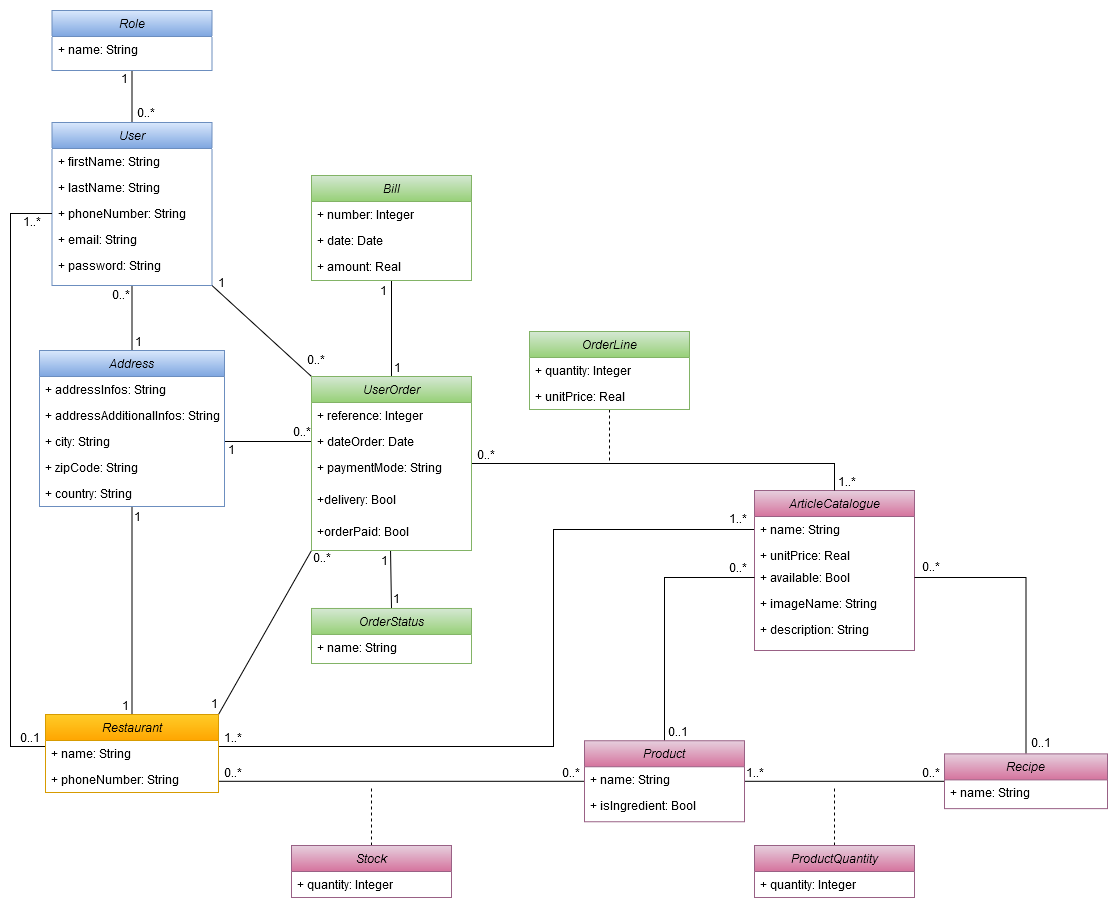
Earlier version of the draw.io export diagram/class-diagram.png (AngoGG/Solution-Technique-OC-Pizza). Source tidied: cells renumbered, new cells last; positions are measured from the earlier drawing's top-left corner, leaving out a move shared by most shapes.
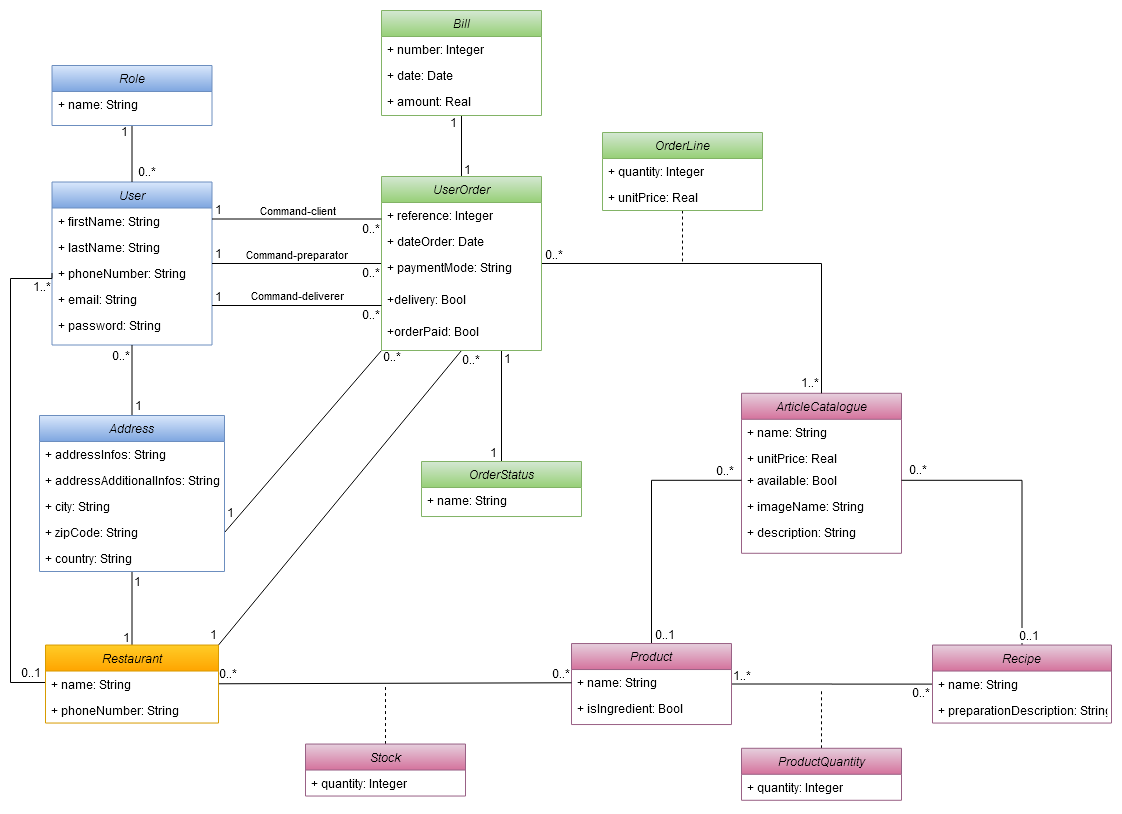
After the commit.

The edit, as a diff of the source:
```diff
@@ -4,12 +4,4 @@
     <mxCell id="1" parent="0" />
-    <mxCell id="2" style="edgeStyle=orthogonalEdgeStyle;rounded=0;jettySize=auto;html=1;endArrow=none;endFill=0;" parent="1" edge="1" source="4" target="76">
-      <mxGeometry relative="1" as="geometry">
-        <Array as="points">
-          <mxPoint x="543" y="519" />
-          <mxPoint x="543" y="736" />
-        </Array>
-      </mxGeometry>
-    </mxCell>
     <mxCell id="3" value="ArticleCatalogue" style="swimlane;fontStyle=2;align=center;verticalAlign=top;horizontal=1;startSize=26;rounded=0;shadow=0;strokeWidth=1;fillColor=#e6d0de;strokeColor=#996185;gradientColor=#d5739d;" parent="1" vertex="1">
-      <mxGeometry x="744" y="480" width="160" height="160" as="geometry" />
+      <mxGeometry x="731" y="317.8" width="160" height="160" as="geometry" />
     </mxCell>
@@ -31,3 +23,3 @@
     <mxCell id="9" value="User" style="swimlane;fontStyle=2;align=center;verticalAlign=top;horizontal=1;startSize=26;rounded=0;shadow=0;strokeWidth=1;fillColor=#dae8fc;strokeColor=#6c8ebf;gradientColor=#7ea6e0;" parent="1" vertex="1">
-      <mxGeometry x="41.5" y="112" width="160" height="163" as="geometry" />
+      <mxGeometry x="41.5" y="106.5" width="160" height="163" as="geometry" />
     </mxCell>
@@ -48,13 +40,8 @@
     </mxCell>
-    <mxCell id="15" style="edgeStyle=none;rounded=0;jettySize=auto;html=1;entryX=0.5;entryY=0;entryDx=0;entryDy=0;endArrow=none;endFill=0;verticalAlign=bottom;exitX=0.494;exitY=1.01;exitDx=0;exitDy=0;exitPerimeter=0;" parent="1" edge="1" source="52" target="29">
+    <mxCell id="15" style="edgeStyle=none;rounded=0;jettySize=auto;html=1;entryX=0.5;entryY=0;entryDx=0;entryDy=0;endArrow=none;endFill=0;verticalAlign=bottom;exitX=0.75;exitY=1;exitDx=0;exitDy=0;" parent="1" edge="1" source="47" target="29">
       <mxGeometry relative="1" as="geometry" />
     </mxCell>
-    <mxCell id="16" value="1" style="text;html=1;align=right;verticalAlign=middle;labelBackgroundColor=#ffffff;" parent="15" vertex="1">
-      <mxGeometry x="-0.61" y="-1" relative="1" as="geometry">
-        <mxPoint x="-1" y="-2" as="offset" />
-      </mxGeometry>
-    </mxCell>
     <mxCell id="17" value="1..*" style="text;html=1;align=center;verticalAlign=middle;labelBackgroundColor=#ffffff;" parent="15" vertex="1">
       <mxGeometry x="0.7" y="1" relative="1" as="geometry">
-        <mxPoint x="454.1" y="-119.3" as="offset" />
+        <mxPoint x="306" y="-62.3" as="offset" />
       </mxGeometry>
@@ -63,3 +50,3 @@
       <mxGeometry relative="1" as="geometry">
-        <mxPoint x="599" y="451" as="targetPoint" />
+        <mxPoint x="672" y="187" as="targetPoint" />
       </mxGeometry>
@@ -74,6 +61,6 @@
       <mxGeometry x="0.71" relative="1" as="geometry">
-        <mxPoint x="1" y="4" as="offset" />
+        <mxPoint x="1" y="1.5" as="offset" />
       </mxGeometry>
     </mxCell>
-    <mxCell id="22" style="edgeStyle=none;rounded=0;jettySize=auto;html=1;exitX=1;exitY=0;exitDx=0;exitDy=0;entryX=0;entryY=1;entryDx=0;entryDy=0;endArrow=none;endFill=0;" parent="1" edge="1" source="75" target="47">
+    <mxCell id="22" style="edgeStyle=none;rounded=0;jettySize=auto;html=1;exitX=1;exitY=0;exitDx=0;exitDy=0;endArrow=none;endFill=0;entryX=0.5;entryY=1;entryDx=0;entryDy=0;" parent="1" edge="1" source="75" target="47">
       <mxGeometry relative="1" as="geometry" />
@@ -82,3 +69,3 @@
       <mxGeometry x="-0.72" y="-3" relative="1" as="geometry">
-        <mxPoint x="-19.4" y="18.7" as="offset" />
+        <mxPoint x="-41.6" y="37.4" as="offset" />
       </mxGeometry>
@@ -87,3 +74,3 @@
       <mxGeometry x="0.69" y="-2" relative="1" as="geometry">
-        <mxPoint x="22.8" y="-33" as="offset" />
+        <mxPoint x="44.1" y="-50.9" as="offset" />
       </mxGeometry>
@@ -91,3 +78,3 @@
     <mxCell id="25" value="Bill" style="swimlane;fontStyle=2;align=center;verticalAlign=top;horizontal=1;startSize=26;rounded=0;shadow=0;strokeWidth=1;fillColor=#d5e8d4;strokeColor=#82b366;gradientColor=#97d077;" parent="1" vertex="1">
-      <mxGeometry x="301" y="165" width="160" height="105" as="geometry" />
+      <mxGeometry x="371" y="-65" width="160" height="105" as="geometry" />
     </mxCell>
@@ -103,3 +90,3 @@
     <mxCell id="29" value="OrderStatus" style="swimlane;fontStyle=2;align=center;verticalAlign=top;horizontal=1;startSize=26;rounded=0;shadow=0;strokeWidth=1;fillColor=#d5e8d4;strokeColor=#82b366;gradientColor=#97d077;" parent="1" vertex="1">
-      <mxGeometry x="301" y="598" width="160" height="55" as="geometry" />
+      <mxGeometry x="411" y="386" width="160" height="55" as="geometry" />
     </mxCell>
@@ -108,3 +95,3 @@
     </mxCell>
-    <mxCell id="31" style="edgeStyle=none;rounded=0;jettySize=auto;html=1;entryX=0.5;entryY=0;entryDx=0;entryDy=0;endArrow=none;endFill=0;exitX=0.5;exitY=1;exitDx=0;exitDy=0;" parent="1" edge="1" source="53" target="75">
+    <mxCell id="31" style="edgeStyle=none;rounded=0;jettySize=auto;html=1;entryX=0.5;entryY=0;entryDx=0;entryDy=0;endArrow=none;endFill=0;" parent="1" edge="1" source="53" target="75">
       <mxGeometry relative="1" as="geometry" />
@@ -113,3 +100,3 @@
       <mxGeometry x="0.69" y="3" relative="1" as="geometry">
-        <mxPoint x="-6" y="22" as="offset" />
+        <mxPoint x="-4.5" y="3.7" as="offset" />
       </mxGeometry>
@@ -118,6 +105,6 @@
       <mxGeometry x="-0.85" relative="1" as="geometry">
-        <mxPoint y="-6.2" as="offset" />
+        <mxPoint y="3.3" as="offset" />
       </mxGeometry>
     </mxCell>
-    <mxCell id="34" style="edgeStyle=orthogonalEdgeStyle;rounded=0;jettySize=auto;html=1;entryX=0;entryY=0.5;entryDx=0;entryDy=0;endArrow=none;endFill=0;" parent="1" edge="1" source="56" target="49">
+    <mxCell id="34" style="rounded=0;jettySize=auto;html=1;endArrow=none;endFill=0;entryX=0;entryY=1;entryDx=0;entryDy=0;exitX=1;exitY=0.5;exitDx=0;exitDy=0;" parent="1" edge="1" source="57" target="47">
       <mxGeometry relative="1" as="geometry" />
@@ -126,3 +113,3 @@
       <mxGeometry x="-0.7" y="-2" relative="1" as="geometry">
-        <mxPoint x="-6.1" y="-7" as="offset" />
+        <mxPoint x="-19.8" y="-7.3" as="offset" />
       </mxGeometry>
@@ -131,10 +118,11 @@
       <mxGeometry x="0.65" y="-2" relative="1" as="geometry">
-        <mxPoint x="4.3" y="-3" as="offset" />
+        <mxPoint x="35.9" y="-18.1" as="offset" />
       </mxGeometry>
     </mxCell>
-    <mxCell id="37" style="edgeStyle=orthogonalEdgeStyle;rounded=0;jettySize=auto;html=1;endArrow=none;endFill=0;exitX=0;exitY=0.5;exitDx=0;exitDy=0;" parent="1" edge="1" source="12" target="75">
+    <mxCell id="37" style="edgeStyle=orthogonalEdgeStyle;rounded=0;jettySize=auto;html=1;endArrow=none;endFill=0;exitX=0;exitY=0.5;exitDx=0;exitDy=0;" parent="1" edge="1" source="12" target="76">
       <mxGeometry relative="1" as="geometry">
         <Array as="points">
+          <mxPoint x="42" y="203" />
           <mxPoint y="203" />
-          <mxPoint y="736" />
+          <mxPoint y="607" />
         </Array>
@@ -144,3 +132,3 @@
       <mxGeometry x="0.94" relative="1" as="geometry">
-        <mxPoint x="3.4" as="offset" />
+        <mxPoint x="-0.2" y="-1" as="offset" />
       </mxGeometry>
@@ -165,3 +153,3 @@
     </mxCell>
-    <mxCell id="43" style="edgeStyle=none;rounded=0;jettySize=auto;html=1;entryX=0;entryY=0;entryDx=0;entryDy=0;endArrow=none;endFill=0;exitX=1;exitY=1;exitDx=0;exitDy=0;" parent="1" edge="1" source="9" target="47">
+    <mxCell id="43" style="edgeStyle=none;rounded=0;jettySize=auto;html=1;endArrow=none;endFill=0;" parent="1" edge="1" source="9" target="47">
       <mxGeometry relative="1" as="geometry" />
@@ -170,3 +158,3 @@
       <mxGeometry x="-0.81" y="-1" relative="1" as="geometry">
-        <mxPoint x="0.3" y="-4" as="offset" />
+        <mxPoint x="-10.5" y="-2" as="offset" />
       </mxGeometry>
@@ -175,5 +163,10 @@
       <mxGeometry x="0.69" y="-2" relative="1" as="geometry">
-        <mxPoint x="20.1" y="4.1" as="offset" />
+        <mxPoint x="14.6" y="16" as="offset" />
       </mxGeometry>
     </mxCell>
+    <mxCell id="98" value="Command-preparator" style="edgeLabel;html=1;align=center;verticalAlign=bottom;" parent="43" vertex="1">
+      <mxGeometry x="-0.16" y="-2" relative="1" as="geometry">
+        <mxPoint x="12.8" y="-2" as="offset" />
+      </mxGeometry>
+    </mxCell>
     <mxCell id="46" style="edgeStyle=orthogonalEdgeStyle;rounded=0;jettySize=auto;html=1;endArrow=none;endFill=0;entryX=0.5;entryY=0;entryDx=0;entryDy=0;" parent="1" edge="1" source="47" target="3">
@@ -182,3 +175,3 @@
     <mxCell id="47" value="UserOrder" style="swimlane;fontStyle=2;align=center;verticalAlign=top;horizontal=1;startSize=26;rounded=0;shadow=0;strokeWidth=1;fillColor=#d5e8d4;strokeColor=#82b366;gradientColor=#97d077;" parent="1" vertex="1">
-      <mxGeometry x="301" y="366" width="160" height="174" as="geometry" />
+      <mxGeometry x="371" y="101" width="160" height="174" as="geometry" />
     </mxCell>
@@ -231,3 +224,3 @@
       <mxGeometry relative="1" as="geometry">
-        <mxPoint x="824" y="775" as="targetPoint" />
+        <mxPoint x="811" y="612.8" as="targetPoint" />
       </mxGeometry>
@@ -235,3 +228,3 @@
     <mxCell id="64" value="ProductQuantity" style="swimlane;fontStyle=2;align=center;verticalAlign=top;horizontal=1;startSize=26;rounded=0;shadow=0;strokeWidth=1;fillColor=#e6d0de;strokeColor=#996185;gradientColor=#d5739d;" parent="1" vertex="1">
-      <mxGeometry x="744" y="835" width="160" height="52" as="geometry" />
+      <mxGeometry x="731" y="672.8" width="160" height="52" as="geometry" />
     </mxCell>
@@ -240,13 +233,5 @@
     </mxCell>
-    <mxCell id="66" style="edgeStyle=orthogonalEdgeStyle;rounded=0;jettySize=auto;html=1;endArrow=none;endFill=0;" parent="1" edge="1" source="70" target="75">
-      <mxGeometry relative="1" as="geometry">
-        <Array as="points">
-          <mxPoint x="296" y="771" />
-          <mxPoint x="296" y="771" />
-        </Array>
-      </mxGeometry>
-    </mxCell>
     <mxCell id="67" style="edgeStyle=orthogonalEdgeStyle;rounded=0;jettySize=auto;html=1;endArrow=none;endFill=0;dashed=1;" parent="1" edge="1" source="68">
       <mxGeometry relative="1" as="geometry">
-        <mxPoint x="361" y="775" as="targetPoint" />
+        <mxPoint x="375" y="608.5" as="targetPoint" />
       </mxGeometry>
@@ -254,3 +239,3 @@
     <mxCell id="68" value="Stock" style="swimlane;fontStyle=2;align=center;verticalAlign=top;horizontal=1;startSize=26;rounded=0;shadow=0;strokeWidth=1;fillColor=#e6d0de;strokeColor=#996185;gradientColor=#d5739d;" parent="1" vertex="1">
-      <mxGeometry x="281" y="835" width="160" height="52" as="geometry" />
+      <mxGeometry x="295" y="668.5" width="160" height="52" as="geometry" />
     </mxCell>
@@ -260,3 +245,3 @@
     <mxCell id="70" value="Product" style="swimlane;fontStyle=2;align=center;verticalAlign=top;horizontal=1;startSize=26;rounded=0;shadow=0;strokeWidth=1;fillColor=#e6d0de;strokeColor=#996185;gradientColor=#d5739d;" parent="1" vertex="1">
-      <mxGeometry x="574" y="730.2" width="160" height="81" as="geometry" />
+      <mxGeometry x="561" y="568" width="160" height="81" as="geometry" />
     </mxCell>
@@ -269,9 +254,15 @@
     <mxCell id="73" value="Recipe" style="swimlane;fontStyle=2;align=center;verticalAlign=top;horizontal=1;startSize=26;rounded=0;shadow=0;strokeWidth=1;fillColor=#e6d0de;strokeColor=#996185;gradientColor=#d5739d;" parent="1" vertex="1">
-      <mxGeometry x="934" y="743.4" width="163" height="54.8" as="geometry" />
+      <mxGeometry x="922" y="569.5" width="179" height="78" as="geometry" />
     </mxCell>
     <mxCell id="74" value="+ name: String" style="text;strokeColor=none;fillColor=none;align=left;verticalAlign=top;spacingLeft=4;spacingRight=4;overflow=hidden;" parent="73" vertex="1">
-      <mxGeometry y="26" width="163" height="26" as="geometry" />
+      <mxGeometry y="26" width="179" height="26" as="geometry" />
     </mxCell>
+    <mxCell id="99" value="+ preparationDescription: String" style="text;strokeColor=none;fillColor=none;align=left;verticalAlign=top;spacingLeft=4;spacingRight=4;overflow=hidden;fontColor=#000000;labelBackgroundColor=#ffffff;" parent="73" vertex="1">
+      <mxGeometry y="52" width="179" height="26" as="geometry" />
+    </mxCell>
+    <mxCell id="100" style="edgeStyle=none;rounded=0;jettySize=auto;html=1;endArrow=none;endFill=0;" parent="1" edge="1" source="75" target="71">
+      <mxGeometry relative="1" as="geometry" />
+    </mxCell>
     <mxCell id="75" value="Restaurant" style="swimlane;fontStyle=2;align=center;verticalAlign=top;horizontal=1;startSize=26;rounded=0;shadow=0;strokeWidth=1;fillColor=#ffcd28;strokeColor=#d79b00;gradientColor=#ffa500;" parent="1" vertex="1">
-      <mxGeometry x="35" y="704" width="173" height="78" as="geometry" />
+      <mxGeometry x="35" y="569.5" width="173" height="78" as="geometry" />
     </mxCell>
@@ -284,12 +275,14 @@
     <mxCell id="78" value="1" style="text;html=1;align=left;verticalAlign=middle;labelBackgroundColor=#ffffff;" parent="1" vertex="1">
-      <mxGeometry x="382" y="356.1" as="geometry" />
+      <mxGeometry x="557" y="401" as="geometry">
+        <mxPoint x="-79" y="-24" as="offset" />
+      </mxGeometry>
     </mxCell>
     <mxCell id="79" value="0..*" style="text;html=1;align=center;verticalAlign=bottom;labelBackgroundColor=#ffffff;" parent="1" vertex="1">
-      <mxGeometry x="475" y="453" as="geometry" />
+      <mxGeometry x="543" y="188" as="geometry" />
     </mxCell>
     <mxCell id="80" value="0..*" style="text;html=1;align=center;verticalAlign=bottom;labelBackgroundColor=#ffffff;" parent="1" vertex="1">
-      <mxGeometry x="727" y="566" as="geometry" />
+      <mxGeometry x="714" y="403.8" as="geometry" />
     </mxCell>
     <mxCell id="81" value="0..*" style="text;html=1;align=center;verticalAlign=bottom;labelBackgroundColor=#ffffff;" parent="1" vertex="1">
-      <mxGeometry x="932" y="566" as="geometry">
+      <mxGeometry x="919" y="403.8" as="geometry">
         <mxPoint x="-12" y="-1" as="offset" />
@@ -298,12 +291,12 @@
     <mxCell id="82" value="0..*" style="text;html=1;align=center;verticalAlign=bottom;labelBackgroundColor=#ffffff;" parent="1" vertex="1">
-      <mxGeometry x="920" y="770.8" as="geometry" />
+      <mxGeometry x="910" y="625.8" as="geometry" />
     </mxCell>
     <mxCell id="83" value="1..*" style="text;html=1;align=center;verticalAlign=bottom;labelBackgroundColor=#ffffff;" parent="1" vertex="1">
-      <mxGeometry x="744" y="770.8" as="geometry" />
+      <mxGeometry x="731" y="608.5" as="geometry" />
     </mxCell>
     <mxCell id="84" value="0..*" style="text;html=1;align=center;verticalAlign=bottom;labelBackgroundColor=#ffffff;" parent="1" vertex="1">
-      <mxGeometry x="560" y="770.8" as="geometry" />
+      <mxGeometry x="550" y="607" as="geometry" />
     </mxCell>
     <mxCell id="85" value="OrderLine" style="swimlane;fontStyle=2;align=center;verticalAlign=top;horizontal=1;startSize=26;rounded=0;shadow=0;strokeWidth=1;fillColor=#d5e8d4;strokeColor=#82b366;gradientColor=#97d077;" parent="1" vertex="1">
-      <mxGeometry x="519" y="321" width="160" height="78" as="geometry" />
+      <mxGeometry x="592" y="57" width="160" height="78" as="geometry" />
     </mxCell>
@@ -316,15 +309,12 @@
     <mxCell id="88" value="0..1" style="text;html=1;align=center;verticalAlign=bottom;labelBackgroundColor=#ffffff;" parent="1" vertex="1">
-      <mxGeometry x="667" y="730.2" as="geometry" />
+      <mxGeometry x="654" y="568" as="geometry" />
     </mxCell>
-    <mxCell id="89" value="1" style="text;html=1;align=right;verticalAlign=middle;labelBackgroundColor=#ffffff;" parent="1" vertex="1">
-      <mxGeometry x="390" y="588" as="geometry" />
-    </mxCell>
     <mxCell id="90" value="0..*" style="text;html=1;align=center;verticalAlign=top;labelBackgroundColor=#ffffff;labelPosition=center;verticalLabelPosition=bottom;" parent="1" vertex="1">
-      <mxGeometry x="134" y="89" as="geometry" />
+      <mxGeometry x="135" y="83" as="geometry" />
     </mxCell>
     <mxCell id="91" value="1" style="text;html=1;align=right;verticalAlign=top;labelBackgroundColor=#ffffff;labelPosition=center;verticalLabelPosition=bottom;" parent="1" vertex="1">
-      <mxGeometry x="118" y="55" as="geometry" />
+      <mxGeometry x="118" y="43" as="geometry" />
     </mxCell>
     <mxCell id="92" value="0..1" style="text;html=1;align=center;verticalAlign=middle;labelBackgroundColor=#ffffff;" parent="1" vertex="1">
-      <mxGeometry x="866" y="502" as="geometry">
+      <mxGeometry x="854" y="329.8" as="geometry">
         <mxPoint x="163" y="230" as="offset" />
@@ -333,3 +323,3 @@
     <mxCell id="93" value="Role" style="swimlane;fontStyle=2;align=center;verticalAlign=top;horizontal=1;startSize=26;rounded=0;shadow=0;strokeWidth=1;fillColor=#dae8fc;strokeColor=#6c8ebf;gradientColor=#7ea6e0;" parent="1" vertex="1">
-      <mxGeometry x="41.5" width="160" height="60" as="geometry" />
+      <mxGeometry x="41.5" y="-10" width="160" height="60" as="geometry" />
     </mxCell>
@@ -338,11 +328,50 @@
     </mxCell>
-    <mxCell id="95" value="1..*" style="text;html=1;align=center;verticalAlign=bottom;labelBackgroundColor=#ffffff;" parent="1" vertex="1">
-      <mxGeometry x="727" y="517" as="geometry" />
-    </mxCell>
     <mxCell id="96" value="0..*" style="text;html=1;align=center;verticalAlign=bottom;labelBackgroundColor=#ffffff;" parent="1" vertex="1">
-      <mxGeometry x="222" y="770.8" as="geometry" />
+      <mxGeometry x="217" y="607" as="geometry" />
     </mxCell>
-    <mxCell id="97" value="1..*" style="text;html=1;align=center;verticalAlign=bottom;labelBackgroundColor=#ffffff;" parent="1" vertex="1">
-      <mxGeometry x="222" y="735.8" as="geometry" />
-    </mxCell>
+    <mxCell id="101" style="edgeStyle=none;rounded=0;orthogonalLoop=1;jettySize=auto;html=1;endArrow=none;endFill=0;" parent="1" edge="1">
+      <mxGeometry relative="1" as="geometry">
+        <mxPoint x="201.5" y="143.5" as="sourcePoint" />
+        <mxPoint x="371" y="143.5" as="targetPoint" />
+      </mxGeometry>
+    </mxCell>
+    <mxCell id="102" value="1" style="text;html=1;align=center;verticalAlign=bottom;labelBackgroundColor=#ffffff;" parent="101" vertex="1">
+      <mxGeometry x="-0.81" y="-1" relative="1" as="geometry">
+        <mxPoint x="-10.5" y="-1.5" as="offset" />
+      </mxGeometry>
+    </mxCell>
+    <mxCell id="103" value="0..*" style="text;html=1;align=center;verticalAlign=bottom;labelBackgroundColor=#ffffff;" parent="101" vertex="1">
+      <mxGeometry x="0.69" y="-2" relative="1" as="geometry">
+        <mxPoint x="14.6" y="16.5" as="offset" />
+      </mxGeometry>
+    </mxCell>
+    <mxCell id="104" value="Command-client" style="edgeLabel;html=1;align=center;verticalAlign=bottom;" parent="101" vertex="1">
+      <mxGeometry x="0.15" y="-1" relative="1" as="geometry">
+        <mxPoint x="-13.4" y="-0.5" as="offset" />
+      </mxGeometry>
+    </mxCell>
+    <mxCell id="105" style="edgeStyle=none;rounded=0;orthogonalLoop=1;jettySize=auto;html=1;endArrow=none;endFill=0;" parent="1" edge="1">
+      <mxGeometry relative="1" as="geometry">
+        <mxPoint x="201.5" y="230" as="sourcePoint" />
+        <mxPoint x="371" y="230" as="targetPoint" />
+      </mxGeometry>
+    </mxCell>
+    <mxCell id="106" value="1" style="text;html=1;align=center;verticalAlign=bottom;labelBackgroundColor=#ffffff;" parent="105" vertex="1">
+      <mxGeometry x="-0.81" y="-1" relative="1" as="geometry">
+        <mxPoint x="-10.5" y="-1" as="offset" />
+      </mxGeometry>
+    </mxCell>
+    <mxCell id="107" value="0..*" style="text;html=1;align=center;verticalAlign=bottom;labelBackgroundColor=#ffffff;" parent="105" vertex="1">
+      <mxGeometry x="0.69" y="-2" relative="1" as="geometry">
+        <mxPoint x="14.6" y="16" as="offset" />
+      </mxGeometry>
+    </mxCell>
+    <mxCell id="108" value="Command-deliverer" style="edgeLabel;html=1;align=center;verticalAlign=bottom;" parent="1" vertex="1">
+      <mxGeometry x="286" y="229" as="geometry" />
+    </mxCell>
+    <mxCell id="109" value="1" style="text;html=1;align=left;verticalAlign=middle;labelBackgroundColor=#ffffff;" parent="1" vertex="1">
+      <mxGeometry x="571" y="307" as="geometry">
+        <mxPoint x="-79" y="-24" as="offset" />
+      </mxGeometry>
+    </mxCell>
   </root>
```
